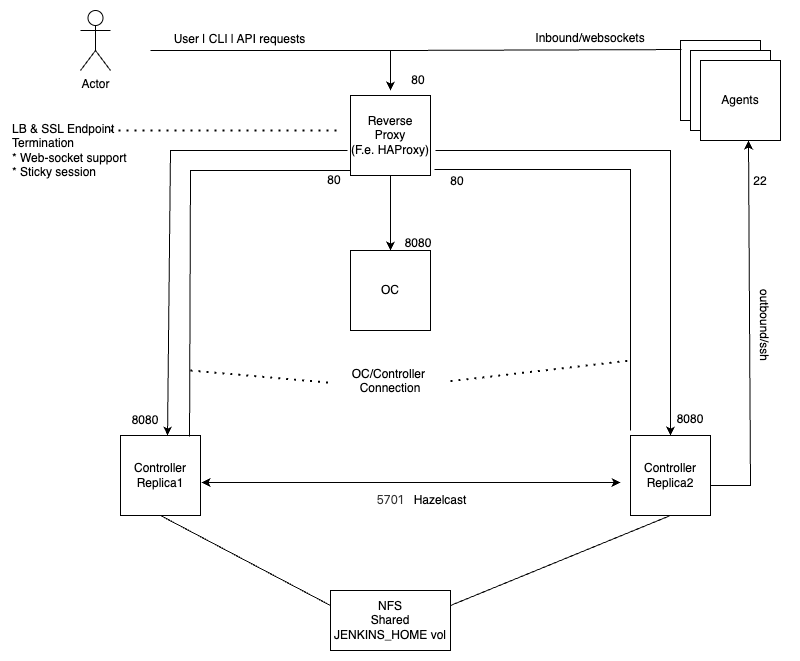
This is docs/HTTP-HAProxy-Cjoc.png from org-cloudbees-dragan/traditional-ha, a draw.io export, as it was before one commit. Source tidied: cells renumbered, new cells last; positions are measured from the earlier drawing's top-left corner, leaving out a move shared by most shapes. Source of this version:
```xml
<mxGraphModel>
  <root>
    <mxCell id="0" />
    <mxCell id="1" parent="0" />
    <mxCell id="2" value="Reverse Proxy &lt;br&gt;(F.e. HAProxy)" style="whiteSpace=wrap;html=1;" parent="1" vertex="1">
      <mxGeometry x="340" y="85" width="80" height="80" as="geometry" />
    </mxCell>
    <mxCell id="3" value="Controller&lt;br&gt;Replica1" style="whiteSpace=wrap;html=1;" parent="1" vertex="1">
      <mxGeometry x="110" y="425" width="80" height="80" as="geometry" />
    </mxCell>
    <mxCell id="4" value="Controller&lt;br&gt;Replica2" style="whiteSpace=wrap;html=1;" parent="1" vertex="1">
      <mxGeometry x="620" y="425" width="80" height="80" as="geometry" />
    </mxCell>
    <mxCell id="5" value="Actor" style="shape=umlActor;verticalLabelPosition=bottom;verticalAlign=top;html=1;" parent="1" vertex="1">
      <mxGeometry x="70" width="30" height="60" as="geometry" />
    </mxCell>
    <mxCell id="6" style="endArrow=none;html=1;rounded=0;entryX=0.5;entryY=1;entryDx=0;entryDy=0;exitX=1;exitY=0.25;exitDx=0;exitDy=0;" parent="1" edge="1" source="8" target="4">
      <mxGeometry relative="1" as="geometry" />
    </mxCell>
    <mxCell id="7" style="endArrow=none;html=1;rounded=0;entryX=0.5;entryY=1;entryDx=0;entryDy=0;exitX=0;exitY=0.25;exitDx=0;exitDy=0;" parent="1" edge="1" source="8" target="3">
      <mxGeometry relative="1" as="geometry" />
    </mxCell>
    <mxCell id="8" value="NFS&lt;br&gt;Shared JENKINS_HOME vol" style="rounded=0;whiteSpace=wrap;html=1;" parent="1" vertex="1">
      <mxGeometry x="320" y="580" width="120" height="60" as="geometry" />
    </mxCell>
    <mxCell id="9" style="endArrow=classic;html=1;rounded=0;entryX=0.867;entryY=1;entryDx=0;entryDy=0;entryPerimeter=0;" parent="1" edge="1" target="11">
      <mxGeometry relative="1" as="geometry">
        <mxPoint x="337" y="140" as="sourcePoint" />
        <Array as="points">
          <mxPoint x="160" y="140" />
        </Array>
      </mxGeometry>
    </mxCell>
    <mxCell id="10" style="endArrow=classic;html=1;rounded=0;" parent="1" edge="1">
      <mxGeometry relative="1" as="geometry">
        <mxPoint x="140" y="40" as="sourcePoint" />
        <mxPoint x="380" y="80" as="targetPoint" />
        <Array as="points">
          <mxPoint x="380" y="40" />
        </Array>
      </mxGeometry>
    </mxCell>
    <mxCell id="11" value="8080" style="text;html=1;align=center;verticalAlign=middle;whiteSpace=wrap;rounded=0;" parent="1" vertex="1">
      <mxGeometry x="105" y="395" width="60" height="30" as="geometry" />
    </mxCell>
    <mxCell id="12" value="8080" style="text;html=1;align=center;verticalAlign=middle;whiteSpace=wrap;rounded=0;" parent="1" vertex="1">
      <mxGeometry x="650" y="394" width="60" height="30" as="geometry" />
    </mxCell>
    <mxCell id="13" style="endArrow=classic;html=1;rounded=0;entryX=0.5;entryY=0;entryDx=0;entryDy=0;" parent="1" edge="1" target="4">
      <mxGeometry relative="1" as="geometry">
        <mxPoint x="425" y="140" as="sourcePoint" />
        <Array as="points">
          <mxPoint x="660" y="140" />
        </Array>
      </mxGeometry>
    </mxCell>
    <mxCell id="14" value="Agents" style="whiteSpace=wrap;html=1;" parent="1" vertex="1">
      <mxGeometry x="670" y="30" width="80" height="80" as="geometry" />
    </mxCell>
    <mxCell id="15" value="outbound/ssh" style="text;html=1;align=center;verticalAlign=middle;whiteSpace=wrap;rounded=0;rotation=90;" parent="1" vertex="1">
      <mxGeometry x="644" y="300" width="220" height="30" as="geometry" />
    </mxCell>
    <mxCell id="16" style="endArrow=none;html=1;rounded=0;entryX=0.013;entryY=0.113;entryDx=0;entryDy=0;entryPerimeter=0;" parent="1" edge="1" target="14">
      <mxGeometry relative="1" as="geometry">
        <mxPoint x="380" y="40" as="sourcePoint" />
      </mxGeometry>
    </mxCell>
    <mxCell id="17" value="80" style="text;html=1;align=center;verticalAlign=middle;whiteSpace=wrap;rounded=0;" parent="1" vertex="1">
      <mxGeometry x="378" y="55" width="60" height="30" as="geometry" />
    </mxCell>
    <mxCell id="18" style="endArrow=classic;startArrow=classic;html=1;rounded=0;exitX=1.013;exitY=0.588;exitDx=0;exitDy=0;exitPerimeter=0;" parent="1" edge="1" source="3">
      <mxGeometry relative="1" as="geometry">
        <mxPoint x="610" y="472" as="targetPoint" />
      </mxGeometry>
    </mxCell>
    <mxCell id="19" value="Hazelcast" style="text;html=1;align=center;verticalAlign=middle;whiteSpace=wrap;rounded=0;" parent="1" vertex="1">
      <mxGeometry x="400" y="475" width="60" height="30" as="geometry" />
    </mxCell>
    <mxCell id="20" value="&lt;div style=&quot;text-align: left;&quot;&gt;&lt;font style=&quot;font-size: 12px;&quot; face=&quot;-apple-system, system-ui, Segoe UI, Ubuntu, sans-serif, Apple Color Emoji, Segoe UI Emoji, Segoe UI Symbol, Noto Color Emoji&quot; color=&quot;#333333&quot;&gt;&lt;span style=&quot;background-color: rgb(255, 255, 255);&quot;&gt;5701&lt;/span&gt;&lt;/font&gt;&lt;br&gt;&lt;/div&gt;" style="text;html=1;align=center;verticalAlign=middle;whiteSpace=wrap;rounded=0;" parent="1" vertex="1">
      <mxGeometry x="350" y="475" width="60" height="30" as="geometry" />
    </mxCell>
    <mxCell id="21" value="OC" style="whiteSpace=wrap;html=1;" parent="1" vertex="1">
      <mxGeometry x="340" y="240" width="80" height="80" as="geometry" />
    </mxCell>
    <mxCell id="22" style="endArrow=classic;html=1;rounded=0;entryX=0.5;entryY=0;entryDx=0;entryDy=0;exitX=0.5;exitY=1;exitDx=0;exitDy=0;" parent="1" edge="1" source="2" target="21">
      <mxGeometry relative="1" as="geometry" />
    </mxCell>
    <mxCell id="23" value="&lt;br&gt;8080" style="text;html=1;align=center;verticalAlign=middle;whiteSpace=wrap;rounded=0;" parent="1" vertex="1">
      <mxGeometry x="378" y="210" width="60" height="30" as="geometry" />
    </mxCell>
    <mxCell id="24" value="LB &amp;amp; SSL Endpoint Termination&lt;br&gt;* Web-socket support&lt;br&gt;* Sticky session" style="text;html=1;align=left;verticalAlign=middle;whiteSpace=wrap;rounded=0;" parent="1" vertex="1">
      <mxGeometry y="95" width="150" height="90" as="geometry" />
    </mxCell>
    <mxCell id="25" style="endArrow=none;dashed=1;html=1;dashPattern=1 3;strokeWidth=2;rounded=0;" parent="1" edge="1">
      <mxGeometry relative="1" as="geometry">
        <mxPoint x="100" y="120" as="sourcePoint" />
        <mxPoint x="330" y="120" as="targetPoint" />
      </mxGeometry>
    </mxCell>
    <mxCell id="26" style="endArrow=none;html=1;rounded=0;exitX=0.863;exitY=0.013;exitDx=0;exitDy=0;exitPerimeter=0;" parent="1" edge="1" source="3">
      <mxGeometry relative="1" as="geometry">
        <mxPoint x="340" y="160" as="targetPoint" />
        <Array as="points">
          <mxPoint x="180" y="160" />
        </Array>
      </mxGeometry>
    </mxCell>
    <mxCell id="27" value="OC/Controller&amp;nbsp; Connection&lt;div&gt;&lt;br/&gt;&lt;/div&gt;" style="text;html=1;align=center;verticalAlign=middle;whiteSpace=wrap;rounded=0;" parent="1" vertex="1">
      <mxGeometry x="320" y="355" width="120" height="45" as="geometry" />
    </mxCell>
    <mxCell id="28" style="endArrow=none;html=1;rounded=0;entryX=1.05;entryY=0.925;entryDx=0;entryDy=0;entryPerimeter=0;" parent="1" edge="1" target="2">
      <mxGeometry relative="1" as="geometry">
        <mxPoint x="620" y="420" as="sourcePoint" />
        <Array as="points">
          <mxPoint x="620" y="159" />
        </Array>
      </mxGeometry>
    </mxCell>
    <mxCell id="29" value="80" style="text;html=1;align=center;verticalAlign=middle;whiteSpace=wrap;rounded=0;" parent="1" vertex="1">
      <mxGeometry x="417" y="156" width="60" height="30" as="geometry" />
    </mxCell>
    <mxCell id="30" value="80" style="text;html=1;align=center;verticalAlign=middle;whiteSpace=wrap;rounded=0;" parent="1" vertex="1">
      <mxGeometry x="294" y="155" width="60" height="30" as="geometry" />
    </mxCell>
    <mxCell id="31" style="endArrow=none;dashed=1;html=1;dashPattern=1 3;strokeWidth=2;rounded=0;" parent="1" edge="1" target="27">
      <mxGeometry relative="1" as="geometry">
        <mxPoint x="180" y="360" as="sourcePoint" />
      </mxGeometry>
    </mxCell>
    <mxCell id="32" style="endArrow=none;dashed=1;html=1;dashPattern=1 3;strokeWidth=2;rounded=0;" parent="1" edge="1" source="27">
      <mxGeometry relative="1" as="geometry">
        <mxPoint x="620" y="350" as="targetPoint" />
      </mxGeometry>
    </mxCell>
    <mxCell id="33" value="User | CLI | API requests" style="text;html=1;align=center;verticalAlign=middle;whiteSpace=wrap;rounded=0;" parent="1" vertex="1">
      <mxGeometry x="162" y="14" width="135" height="30" as="geometry" />
    </mxCell>
    <mxCell id="34" value="Agents" style="whiteSpace=wrap;html=1;" parent="1" vertex="1">
      <mxGeometry x="680" y="40" width="80" height="80" as="geometry" />
    </mxCell>
    <mxCell id="35" value="Agents" style="whiteSpace=wrap;html=1;" parent="1" vertex="1">
      <mxGeometry x="690" y="50" width="80" height="80" as="geometry" />
    </mxCell>
    <mxCell id="36" style="endArrow=classic;html=1;rounded=0;exitX=1;exitY=0.625;exitDx=0;exitDy=0;exitPerimeter=0;entryX=0.6;entryY=1;entryDx=0;entryDy=0;entryPerimeter=0;" parent="1" edge="1" source="4" target="35">
      <mxGeometry relative="1" as="geometry">
        <Array as="points">
          <mxPoint x="740" y="475" />
        </Array>
      </mxGeometry>
    </mxCell>
    <mxCell id="37" value="22" style="text;html=1;align=center;verticalAlign=middle;whiteSpace=wrap;rounded=0;" parent="1" vertex="1">
      <mxGeometry x="720" y="156" width="60" height="30" as="geometry" />
    </mxCell>
    <mxCell id="38" value="Inbound/websockets" style="text;html=1;align=center;verticalAlign=middle;whiteSpace=wrap;rounded=0;" parent="1" vertex="1">
      <mxGeometry x="470" y="13" width="220" height="30" as="geometry" />
    </mxCell>
  </root>
</mxGraphModel>
```
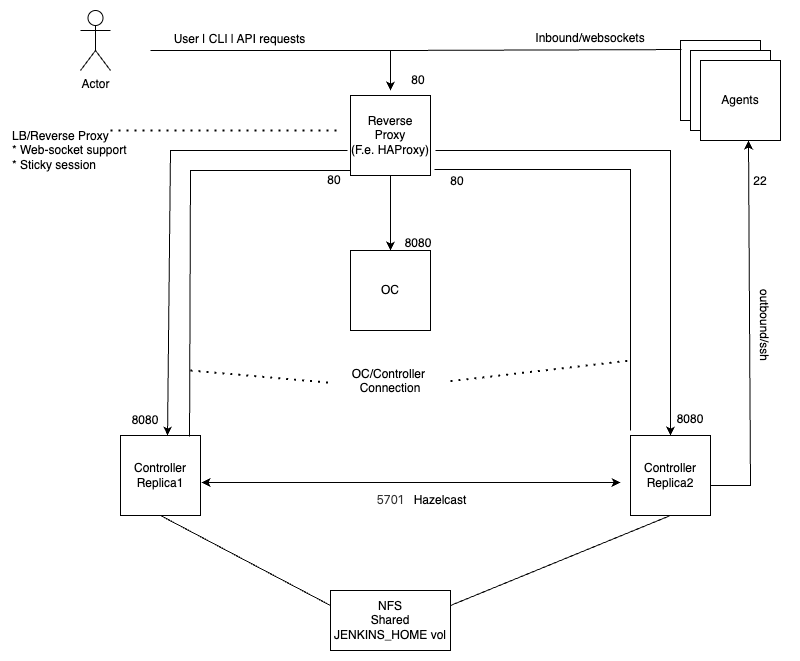
After the change.

What changed in the source:
```diff
@@ -88,7 +88,7 @@
     <mxCell id="23" value="&lt;br&gt;8080" style="text;html=1;align=center;verticalAlign=middle;whiteSpace=wrap;rounded=0;" parent="1" vertex="1">
       <mxGeometry x="378" y="210" width="60" height="30" as="geometry" />
     </mxCell>
-    <mxCell id="24" value="LB &amp;amp; SSL Endpoint Termination&lt;br&gt;* Web-socket support&lt;br&gt;* Sticky session" style="text;html=1;align=left;verticalAlign=middle;whiteSpace=wrap;rounded=0;" parent="1" vertex="1">
+    <mxCell id="24" value="LB/Reverse Proxy&lt;br&gt;* Web-socket support&lt;br&gt;* Sticky session" style="text;html=1;align=left;verticalAlign=middle;whiteSpace=wrap;rounded=0;" parent="1" vertex="1">
       <mxGeometry y="95" width="150" height="90" as="geometry" />
     </mxCell>
     <mxCell id="25" style="endArrow=none;dashed=1;html=1;dashPattern=1 3;strokeWidth=2;rounded=0;" parent="1" edge="1">
```
